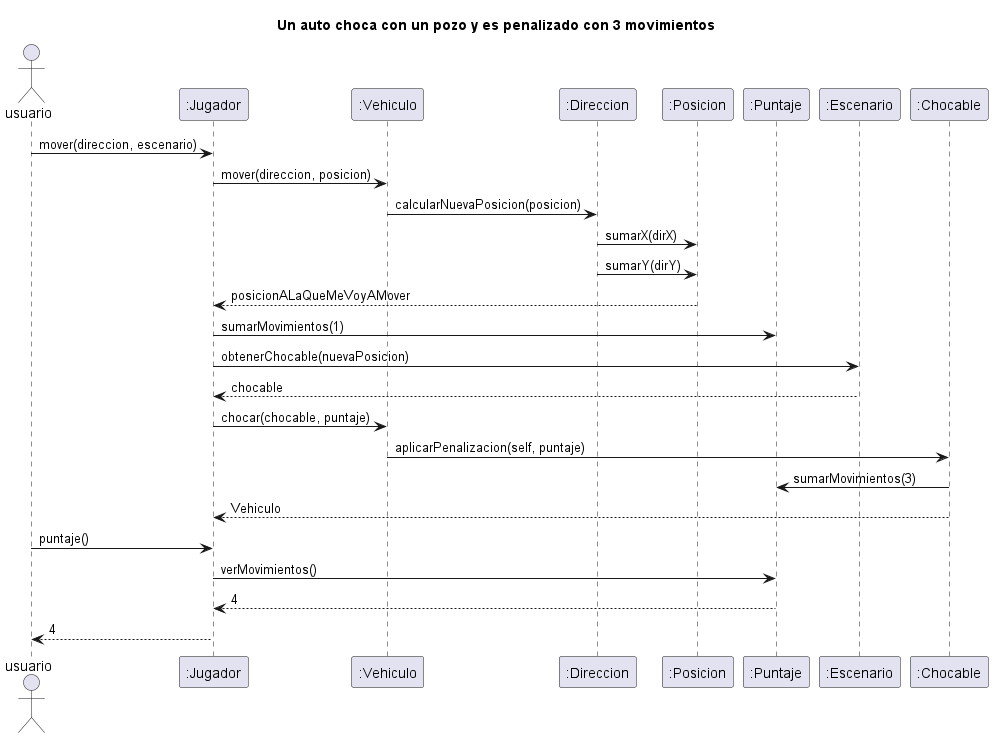
Before: diagrams/sequences/auto_choca_pozo.png, a diagram exported from PlantUML (NestorPala/T17-GPSChallenge). Its source is kept beside it as diagrams/sequences/auto_choca_pozo.puml.
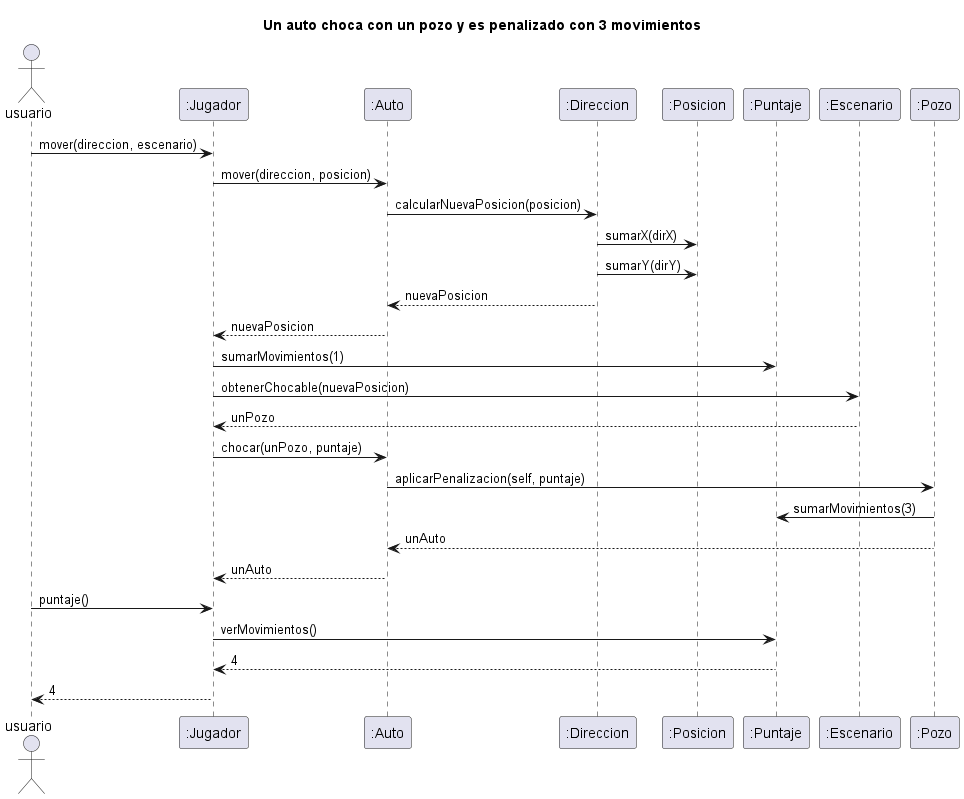
After the commit.

Diff of the diagram source:
```diff
@@ -3,18 +3,20 @@
 Actor usuario
 
 "usuario" -> ":Jugador": mover(direccion, escenario)
-":Jugador" -> ":Vehiculo": mover(direccion, posicion)
-":Vehiculo" -> ":Direccion": calcularNuevaPosicion(posicion)
+":Jugador" -> ":Auto": mover(direccion, posicion)
+":Auto" -> ":Direccion": calcularNuevaPosicion(posicion)
 ":Direccion" -> ":Posicion": sumarX(dirX)
 ":Direccion" -> ":Posicion": sumarY(dirY)
-":Posicion" --> ":Jugador": posicionALaQueMeVoyAMover
+":Direccion" --> ":Auto": nuevaPosicion
+":Auto" --> ":Jugador": nuevaPosicion
 ":Jugador" -> ":Puntaje": sumarMovimientos(1)
 ":Jugador" -> ":Escenario": obtenerChocable(nuevaPosicion)
-":Escenario" --> ":Jugador": chocable
-":Jugador" -> ":Vehiculo": chocar(chocable, puntaje)
-":Vehiculo" -> ":Chocable": aplicarPenalizacion(self, puntaje)
-":Chocable" -> ":Puntaje" : sumarMovimientos(3)
-":Chocable" --> ":Jugador" : Vehiculo
+":Escenario" --> ":Jugador": unPozo
+":Jugador" -> ":Auto": chocar(unPozo, puntaje)
+":Auto" -> ":Pozo": aplicarPenalizacion(self, puntaje)
+":Pozo" -> ":Puntaje" : sumarMovimientos(3)
+":Pozo" --> ":Auto" : unAuto
+":Auto" --> ":Jugador" : unAuto
 
 "usuario" -> ":Jugador": puntaje()
 ":Jugador" -> ":Puntaje": verMovimientos()
```
